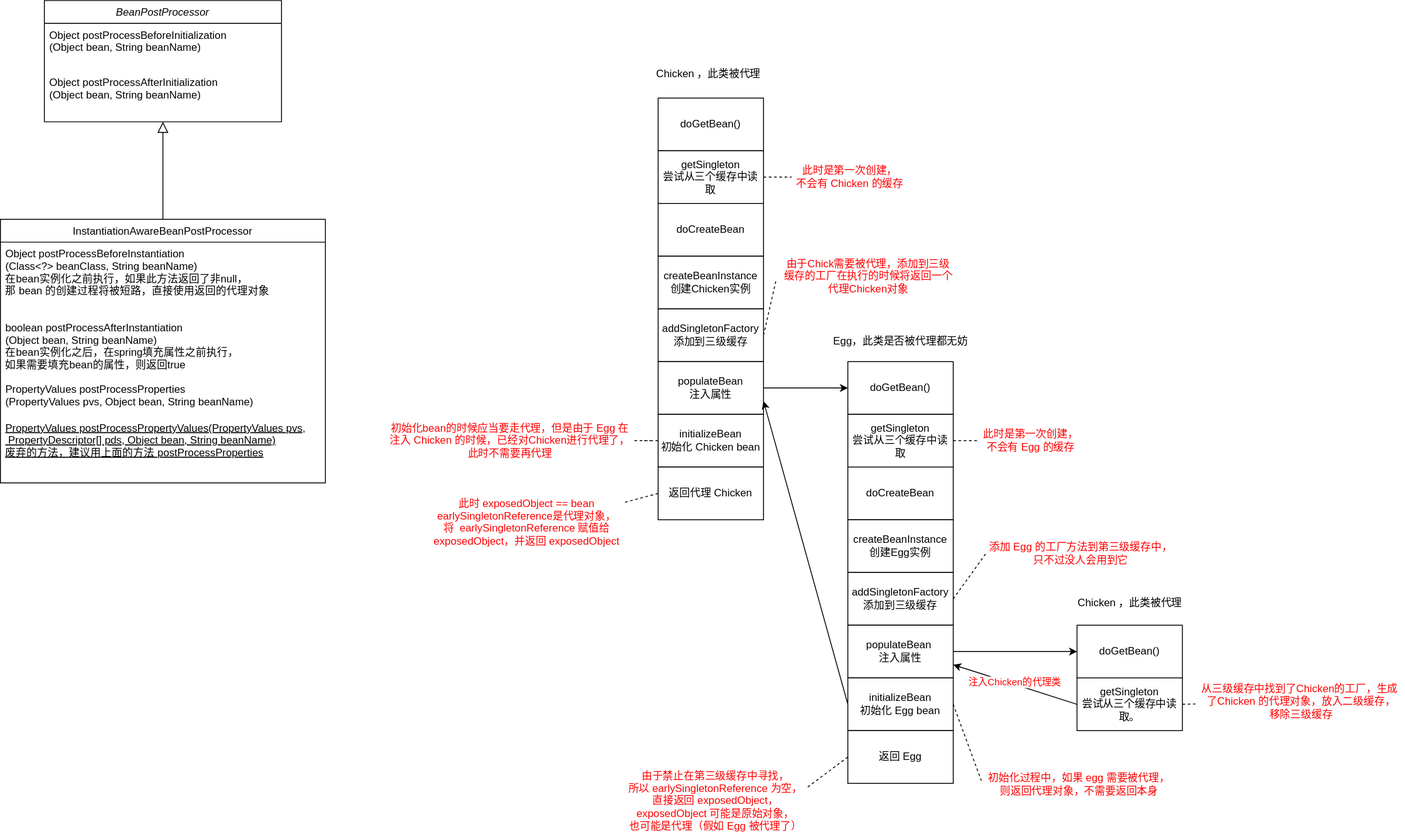
Before: spring.svg, a diagram exported from draw.io (peihuanhuan/draw.io). Source tidied: cells renumbered, new cells last; positions are measured from the earlier drawing's top-left corner, leaving out a move shared by most shapes.
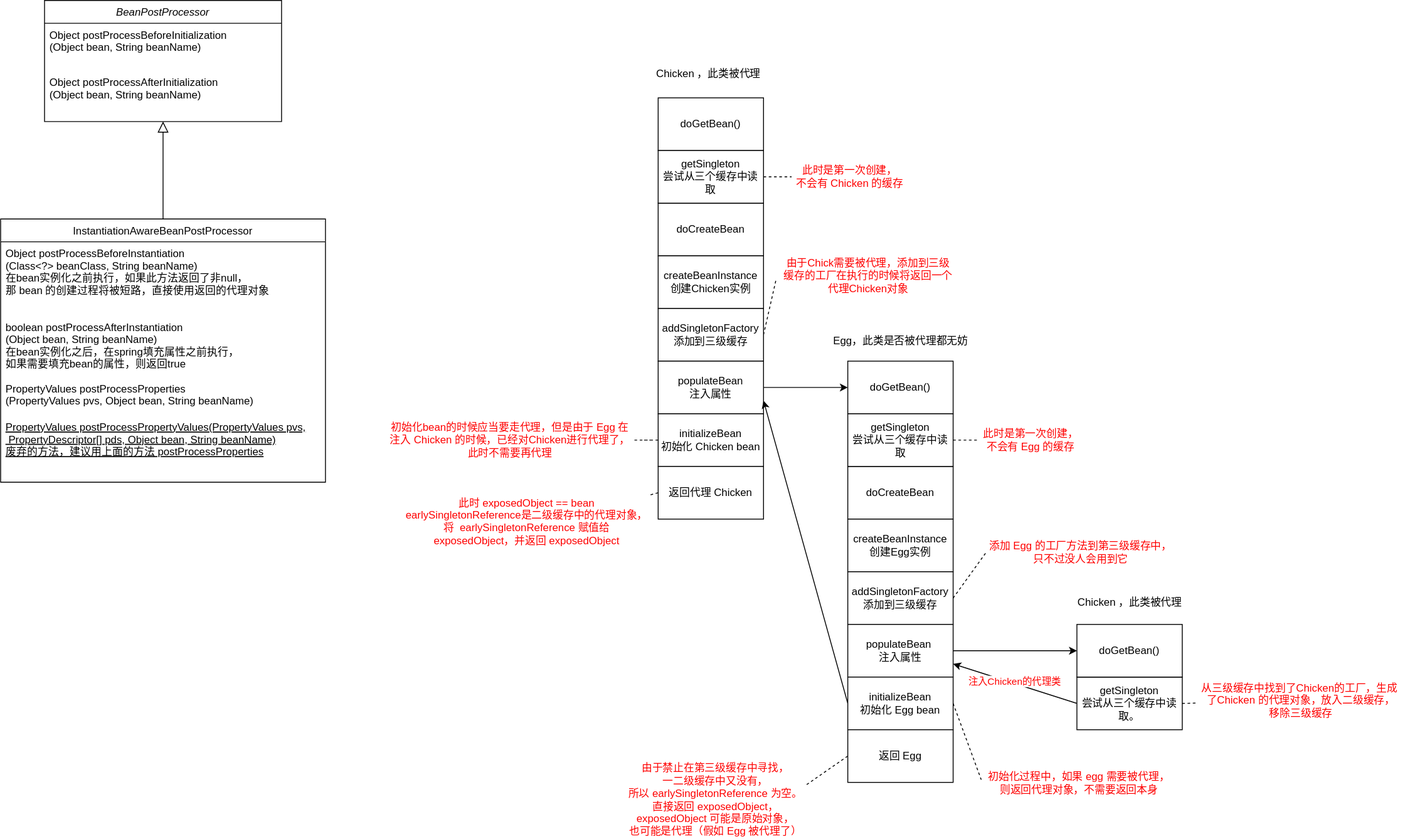
Above is the later version.

What changed in the source:
```diff
@@ -149,8 +149,8 @@
     <mxCell id="50" value="&lt;span&gt;返回代理 Chicken&lt;br&gt;&lt;/span&gt;" style="rounded=0;whiteSpace=wrap;html=1;" parent="1" vertex="1">
       <mxGeometry x="749" y="531" width="120" height="60" as="geometry" />
     </mxCell>
-    <mxCell id="51" value="&lt;span&gt;此时 exposedObject == bean&lt;/span&gt;&lt;br&gt;&lt;span&gt;earlySingletonReference是代理对象，&lt;br&gt;将&amp;nbsp;&amp;nbsp;&lt;/span&gt;earlySingletonReference 赋值给&lt;br&gt;exposedObject，并返回 exposedObject&lt;br&gt;&amp;nbsp;" style="text;html=1;align=center;verticalAlign=middle;points=[];fontColor=#FF0000;" parent="1" vertex="1">
-      <mxGeometry x="488" y="564" width="221" height="74" as="geometry" />
+    <mxCell id="51" value="&lt;span&gt;此时 exposedObject == bean&lt;/span&gt;&lt;br&gt;&lt;span&gt;earlySingletonReference是二级缓存中的代理对象，&lt;br&gt;将&amp;nbsp;&amp;nbsp;&lt;/span&gt;earlySingletonReference 赋值给&lt;br&gt;exposedObject，并返回 exposedObject&lt;br&gt;&amp;nbsp;" style="text;html=1;align=center;verticalAlign=middle;points=[];fontColor=#FF0000;" parent="1" vertex="1">
+      <mxGeometry x="456" y="564" width="285" height="74" as="geometry" />
     </mxCell>
     <mxCell id="52" style="edgeStyle=none;rounded=0;jettySize=auto;html=1;exitX=0;exitY=0.5;exitDx=0;exitDy=0;entryX=0.995;entryY=0.311;entryDx=0;entryDy=0;entryPerimeter=0;dashed=1;endArrow=none;endFill=0;fontColor=#FF0000;" parent="1" edge="1" source="53" target="54">
       <mxGeometry relative="1" as="geometry" />
@@ -158,8 +158,8 @@
     <mxCell id="53" value="&lt;span&gt;返回 Egg&lt;br&gt;&lt;/span&gt;" style="rounded=0;whiteSpace=wrap;html=1;" parent="1" vertex="1">
       <mxGeometry x="965" y="831" width="120" height="60" as="geometry" />
     </mxCell>
-    <mxCell id="54" value="&lt;div&gt;&lt;/div&gt;&lt;span style=&quot;&quot;&gt;由于禁止在第三级缓存中寻找，&lt;br&gt;所以 earlySingletonReference 为空，&lt;br&gt;&lt;/span&gt;&lt;span&gt;直接返回&amp;nbsp;&lt;/span&gt;&lt;span style=&quot;&quot;&gt;exposedObject，&lt;br&gt;&lt;/span&gt;&lt;span style=&quot;&quot;&gt;exposedObject 可能是原始对象，&lt;br&gt;也可能是代理（假如 Egg 被代理了）&lt;/span&gt;&lt;span&gt;&lt;br&gt;&lt;/span&gt;" style="text;html=1;align=center;verticalAlign=middle;points=[];fontColor=#FF0000;" parent="1" vertex="1">
-      <mxGeometry x="710" y="874" width="208" height="74" as="geometry" />
+    <mxCell id="54" value="&lt;div&gt;&lt;/div&gt;&lt;span&gt;由于禁止在第三级缓存中寻找，&lt;br&gt;一二级缓存中又没有，&lt;br&gt;所以 earlySingletonReference 为空。&lt;br&gt;&lt;/span&gt;&lt;span&gt;直接返回&amp;nbsp;&lt;/span&gt;&lt;span&gt;exposedObject，&lt;br&gt;&lt;/span&gt;&lt;span&gt;exposedObject 可能是原始对象，&lt;br&gt;也可能是代理（假如 Egg 被代理了）&lt;/span&gt;&lt;span&gt;&lt;br&gt;&lt;/span&gt;" style="text;html=1;align=center;verticalAlign=middle;points=[];fontColor=#FF0000;" parent="1" vertex="1">
+      <mxGeometry x="710" y="867" width="208" height="88" as="geometry" />
     </mxCell>
   </root>
 </mxGraphModel>
```
